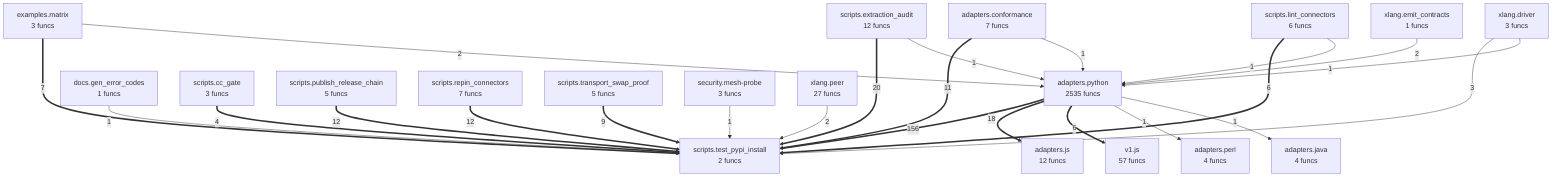
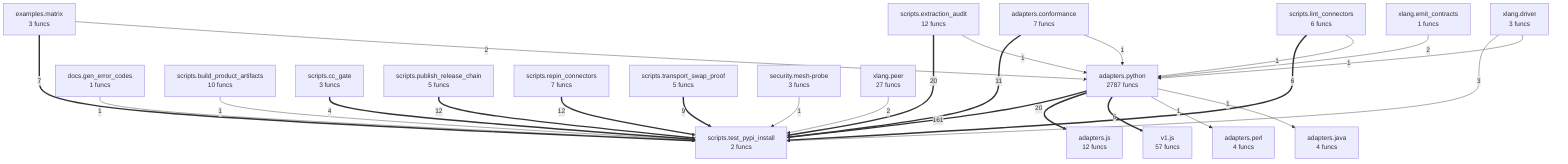
flowchart TD
- %% generated in 0.06s
+ %% generated in 0.07s
    adapters__conformance["adapters.conformance<br/>7 funcs"]
    adapters__java["adapters.java<br/>4 funcs"]
    adapters__js["adapters.js<br/>12 funcs"]
    adapters__perl["adapters.perl<br/>4 funcs"]
-     adapters__python["adapters.python<br/>2535 funcs"]
+     adapters__python["adapters.python<br/>2787 funcs"]
    docs__gen_error_codes["docs.gen_error_codes<br/>1 funcs"]
    examples__matrix["examples.matrix<br/>3 funcs"]
+     scripts__build_product_artifacts["scripts.build_product_artifacts<br/>10 funcs"]
    scripts__cc_gate["scripts.cc_gate<br/>3 funcs"]
    scripts__extraction_audit["scripts.extraction_audit<br/>12 funcs"]
    scripts__lint_connectors["scripts.lint_connectors<br/>6 funcs"]
    scripts__publish_release_chain["scripts.publish_release_chain<br/>5 funcs"]
    scripts__repin_connectors["scripts.repin_connectors<br/>7 funcs"]
    scripts__test_pypi_install["scripts.test_pypi_install<br/>2 funcs"]
    scripts__transport_swap_proof["scripts.transport_swap_proof<br/>5 funcs"]
    security__mesh_probe["security.mesh-probe<br/>3 funcs"]
    v1__js["v1.js<br/>57 funcs"]
    xlang__driver["xlang.driver<br/>3 funcs"]
    xlang__emit_contracts["xlang.emit_contracts<br/>1 funcs"]
    xlang__peer["xlang.peer<br/>27 funcs"]
-     adapters__python ==>|156| scripts__test_pypi_install
+     adapters__python ==>|161| scripts__test_pypi_install
    scripts__extraction_audit ==>|20| scripts__test_pypi_install
-     adapters__python ==>|18| adapters__js
+     adapters__python ==>|20| adapters__js
    scripts__publish_release_chain ==>|12| scripts__test_pypi_install
    scripts__repin_connectors ==>|12| scripts__test_pypi_install
    adapters__conformance ==>|11| scripts__test_pypi_install
    scripts__transport_swap_proof ==>|9| scripts__test_pypi_install
    examples__matrix ==>|7| scripts__test_pypi_install
    scripts__lint_connectors ==>|6| scripts__test_pypi_install
    adapters__python ==>|6| v1__js
    scripts__cc_gate ==>|4| scripts__test_pypi_install
    xlang__driver -->|3| scripts__test_pypi_install
    examples__matrix -->|2| adapters__python
    xlang__emit_contracts -->|2| adapters__python
    xlang__peer -->|2| scripts__test_pypi_install
    docs__gen_error_codes -->|1| scripts__test_pypi_install
    security__mesh_probe -->|1| scripts__test_pypi_install
    scripts__lint_connectors -->|1| adapters__python
    scripts__extraction_audit -->|1| adapters__python
    adapters__conformance -->|1| adapters__python
    adapters__python -->|1| adapters__perl
+     xlang__driver -->|1| adapters__python
+     scripts__build_product_artifacts -->|1| scripts__test_pypi_install
    adapters__python -->|1| adapters__java
-     xlang__driver -->|1| adapters__python
